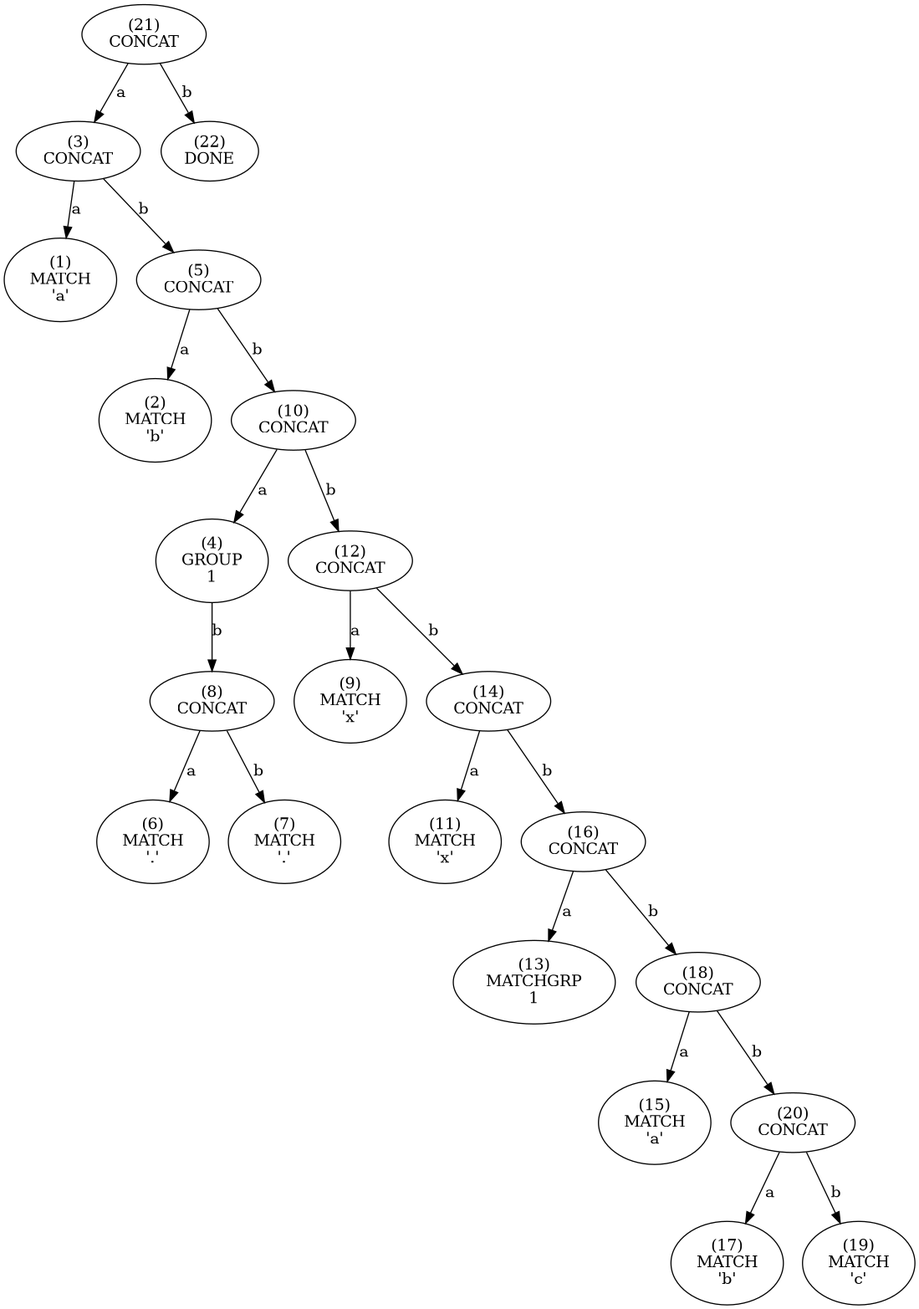
essele/rele keeps this Graphviz diagram as tree.png. Above is the earlier version. Its source is kept beside it as tree.dot.
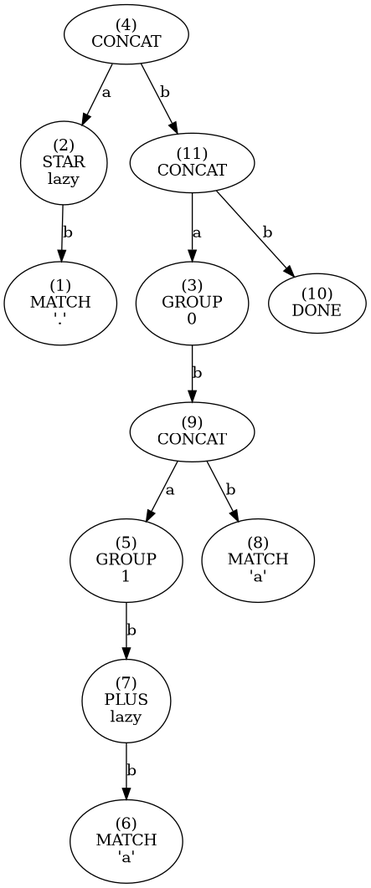
The same file after the commit.

Commit message:
Added proper support for detecting the end of the required expression, and cater for fully lazy regex's ending at the first detection.

The edit, as a diff of the source:
```diff
@@ -1,97 +1,45 @@
 digraph tree {
-    n0xb0521d28d590 [label="(23)
+    n0xc19a6b425330 [label="(4)
 CONCAT
 "];
-    n0xb0521d28d590 -> n0xb0521d28d310 [label="a"];
-    n0xb0521d28d310 [label="(3)
+    n0xc19a6b425330 -> n0xc19a6b4252f0 [label="a"];
+    n0xc19a6b4252f0 [label="(2)
+STAR
+lazy"];
+    n0xc19a6b4252f0 -> n0xc19a6b4252d0 [label="b"];
+    n0xc19a6b4252d0 [label="(1)
+MATCH
+'.'"];
+    n0xc19a6b425330 -> n0xc19a6b425410 [label="b"];
+    n0xc19a6b425410 [label="(11)
 CONCAT
 "];
-    n0xb0521d28d310 -> n0xb0521d28d2d0 [label="a"];
-    n0xb0521d28d2d0 [label="(1)
+    n0xc19a6b425410 -> n0xc19a6b425310 [label="a"];
+    n0xc19a6b425310 [label="(3)
+GROUP
+0"];
+    n0xc19a6b425310 -> n0xc19a6b4253d0 [label="b"];
+    n0xc19a6b4253d0 [label="(9)
+CONCAT
+"];
+    n0xc19a6b4253d0 -> n0xc19a6b425350 [label="a"];
+    n0xc19a6b425350 [label="(5)
+GROUP
+1"];
+    n0xc19a6b425350 -> n0xc19a6b425390 [label="b"];
+    n0xc19a6b425390 [label="(7)
+PLUS
+"];
+    n0xc19a6b425390 -> n0xc19a6b425370 [label="b"];
+    n0xc19a6b425370 [label="(6)
 MATCH
 'a'"];
-    n0xb0521d28d310 -> n0xb0521d28d350 [label="b"];
-    n0xb0521d28d350 [label="(5)
-CONCAT
-"];
-    n0xb0521d28d350 -> n0xb0521d28d2f0 [label="a"];
-    n0xb0521d28d2f0 [label="(2)
-MATCH
-'b'"];
-    n0xb0521d28d350 -> n0xb0521d28d3f0 [label="b"];
-    n0xb0521d28d3f0 [label="(10)
-CONCAT
-"];
-    n0xb0521d28d3f0 -> n0xb0521d28d330 [label="a"];
-    n0xb0521d28d330 [label="(4)
-GROUP
-1"];
-    n0xb0521d28d330 -> n0xb0521d28d3b0 [label="b"];
-    n0xb0521d28d3b0 [label="(8)
-CONCAT
-"];
-    n0xb0521d28d3b0 -> n0xb0521d28d370 [label="a"];
-    n0xb0521d28d370 [label="(6)
-MATCH
-'.'"];
-    n0xb0521d28d3b0 -> n0xb0521d28d390 [label="b"];
-    n0xb0521d28d390 [label="(7)
-MATCH
-'.'"];
-    n0xb0521d28d3f0 -> n0xb0521d28d430 [label="b"];
-    n0xb0521d28d430 [label="(12)
-CONCAT
-"];
-    n0xb0521d28d430 -> n0xb0521d28d3d0 [label="a"];
-    n0xb0521d28d3d0 [label="(9)
-MATCH
-'x'"];
-    n0xb0521d28d430 -> n0xb0521d28d470 [label="b"];
-    n0xb0521d28d470 [label="(14)
-CONCAT
-"];
-    n0xb0521d28d470 -> n0xb0521d28d410 [label="a"];
-    n0xb0521d28d410 [label="(11)
-MATCH
-'x'"];
-    n0xb0521d28d470 -> n0xb0521d28d4f0 [label="b"];
-    n0xb0521d28d4f0 [label="(18)
-CONCAT
-"];
-    n0xb0521d28d4f0 -> n0xb0521d28d450 [label="a"];
-    n0xb0521d28d450 [label="(13)
-GROUP
-2"];
-    n0xb0521d28d450 -> n0xb0521d28d4b0 [label="b"];
-    n0xb0521d28d4b0 [label="(16)
-PLUS
-"];
-    n0xb0521d28d4b0 -> n0xb0521d28d490 [label="b"];
-    n0xb0521d28d490 [label="(15)
-MATCHGRP
-1"];
-    n0xb0521d28d4f0 -> n0xb0521d28d530 [label="b"];
-    n0xb0521d28d530 [label="(20)
-CONCAT
-"];
-    n0xb0521d28d530 -> n0xb0521d28d4d0 [label="a"];
-    n0xb0521d28d4d0 [label="(17)
+    n0xc19a6b4253d0 -> n0xc19a6b4253b0 [label="b"];
+    n0xc19a6b4253b0 [label="(8)
 MATCH
 'a'"];
-    n0xb0521d28d530 -> n0xb0521d28d570 [label="b"];
-    n0xb0521d28d570 [label="(22)
-CONCAT
-"];
-    n0xb0521d28d570 -> n0xb0521d28d510 [label="a"];
-    n0xb0521d28d510 [label="(19)
-MATCH
-'b'"];
-    n0xb0521d28d570 -> n0xb0521d28d550 [label="b"];
-    n0xb0521d28d550 [label="(21)
-MATCH
-'c'"];
-    n0xb0521d28d590 -> n0xb0521d28d5b0 [label="b"];
-    n0xb0521d28d5b0 [label="(24)
+    n0xc19a6b425410 -> n0xc19a6b4253f0 [label="b"];
+    n0xc19a6b4253f0 [label="(10)
 DONE
 "];
 }
```
